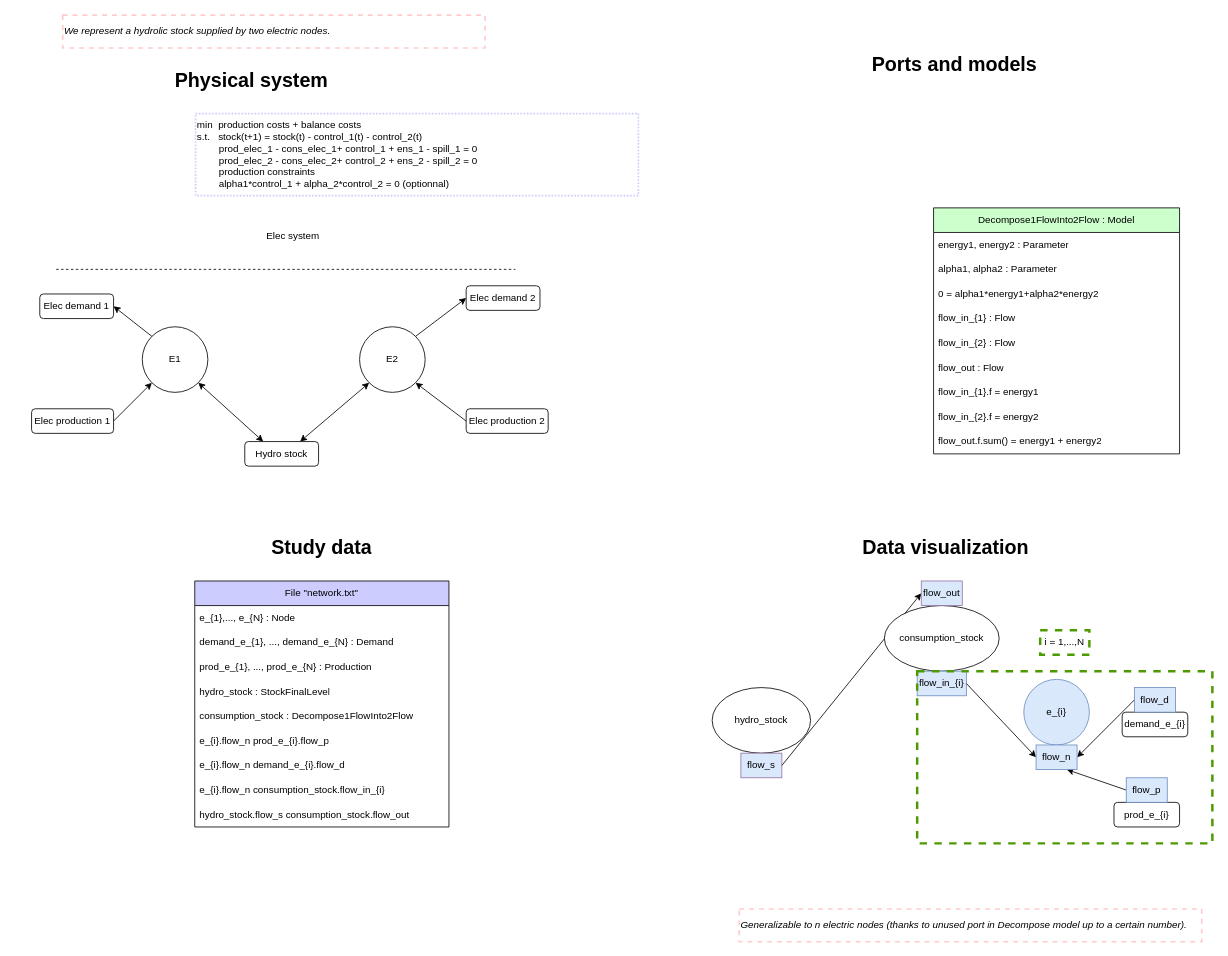
AntaresSimulatorTeam/andromede-modeling-prototype keeps this draw.io diagram as page "two_models_agregation" (2 of 3) of models-design/systems/stock_hydro_2_input.drawio. Above is the earlier version. Source tidied: cells renumbered, new cells numbered last; positions are measured from the earlier drawing's top-left corner, leaving out a move shared by most shapes. Both pictures are drawn from the tidied source at 82%, with x=0, y=0 at pixel (14, 15).
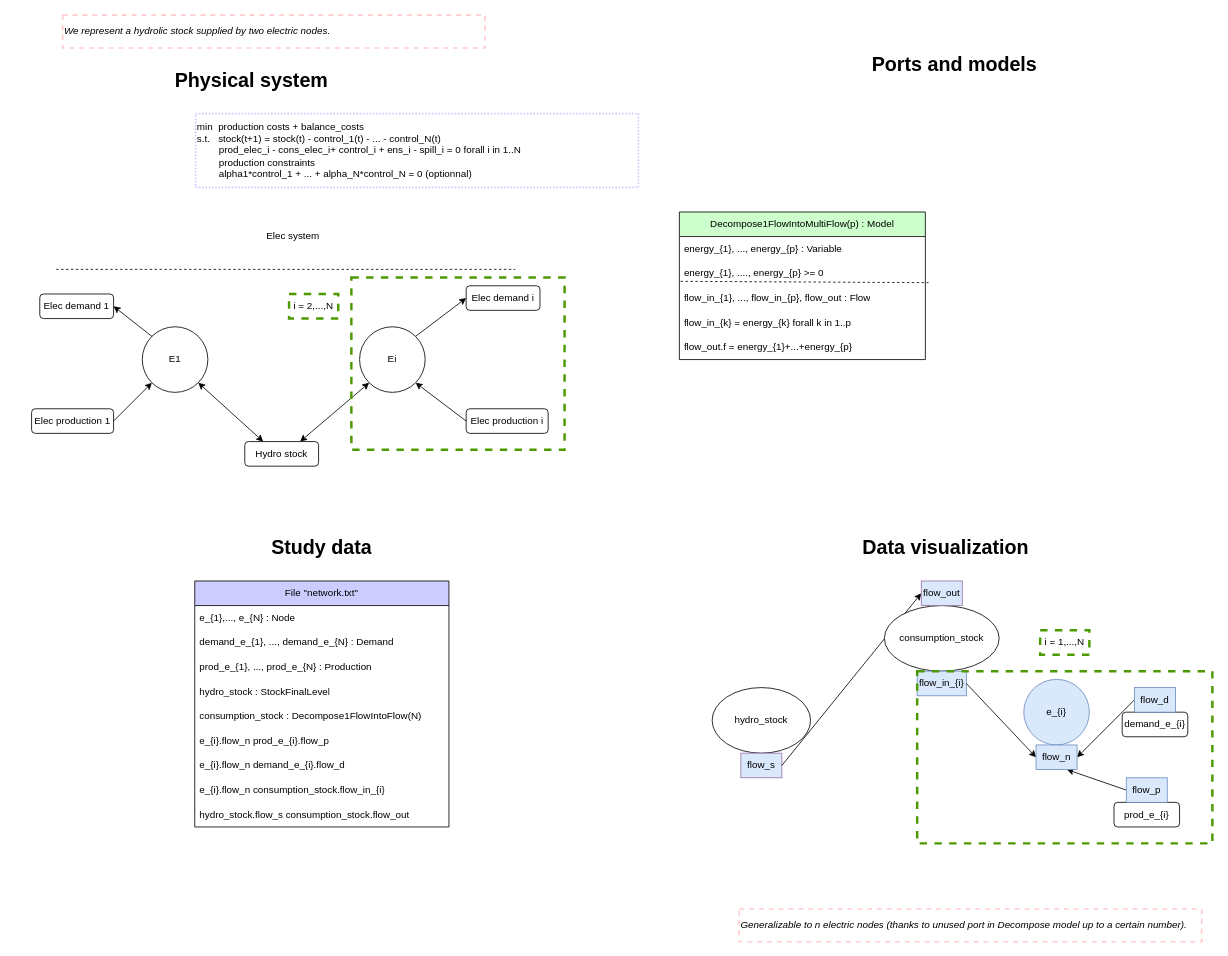
Above is the later version.

Unchanged cells that the change refers to:
```xml
<mxCell id="5" value="File &quot;network.txt&quot;" style="swimlane;fontStyle=0;horizontal=1;startSize=30;whiteSpace=wrap;html=1;fillColor=#CCCCFF;" parent="4" vertex="1">
  <mxGeometry x="220" y="60" width="310" height="300" as="geometry" />
</mxCell>
```

What changed in the source:
```diff
@@
-    <mxCell id="2" value="Elec system" style="text;html=1;strokeColor=none;fillColor=none;align=center;verticalAlign=middle;whiteSpace=wrap;rounded=0;" parent="1" vertex="1">
-      <mxGeometry x="285" y="250" width="110" height="40" as="geometry" />
-    </mxCell>
@@
-    <mxCell id="10" value="consumption_stock : Decompose1FlowInto2Flow" style="text;strokeColor=none;fillColor=none;align=left;verticalAlign=middle;spacingLeft=4;spacingRight=4;overflow=hidden;whiteSpace=wrap;html=1;" parent="5" vertex="1">
+    <mxCell id="10" value="consumption_stock : Decompose1FlowIntoFlow(N)" style="text;strokeColor=none;fillColor=none;align=left;verticalAlign=middle;spacingLeft=4;spacingRight=4;overflow=hidden;whiteSpace=wrap;html=1;" parent="5" vertex="1">
       <mxGeometry y="150" width="310" height="30" as="geometry" />
     </mxCell>
@@
-    <mxCell id="24" value="Decompose1FlowInto2Flow : Model" style="swimlane;fontStyle=0;horizontal=1;startSize=30;whiteSpace=wrap;html=1;fillColor=#CCFFCC;fontColor=#000000;" parent="1" vertex="1">
-      <mxGeometry x="1121" y="235" width="300" height="300" as="geometry" />
-    </mxCell>
-    <mxCell id="25" value="energy1, energy2 : Parameter" style="text;strokeColor=none;fillColor=none;align=left;verticalAlign=middle;spacingLeft=4;spacingRight=4;overflow=hidden;whiteSpace=wrap;html=1;" parent="24" vertex="1">
-      <mxGeometry y="30" width="300" height="30" as="geometry" />
-    </mxCell>
-    <mxCell id="26" value="alpha1, alpha2 : Parameter" style="text;strokeColor=none;fillColor=none;align=left;verticalAlign=middle;spacingLeft=4;spacingRight=4;overflow=hidden;whiteSpace=wrap;html=1;" parent="24" vertex="1">
-      <mxGeometry y="60" width="300" height="30" as="geometry" />
-    </mxCell>
-    <mxCell id="27" value="0 = alpha1*energy1+alpha2*energy2" style="text;strokeColor=none;fillColor=none;align=left;verticalAlign=middle;spacingLeft=4;spacingRight=4;overflow=hidden;whiteSpace=wrap;html=1;" parent="24" vertex="1">
-      <mxGeometry y="90" width="300" height="30" as="geometry" />
-    </mxCell>
-    <mxCell id="28" value="flow_in_{1} : Flow" style="text;strokeColor=none;fillColor=none;align=left;verticalAlign=middle;spacingLeft=4;spacingRight=4;overflow=hidden;whiteSpace=wrap;html=1;" parent="24" vertex="1">
-      <mxGeometry y="120" width="300" height="30" as="geometry" />
-    </mxCell>
-    <mxCell id="29" value="flow_in_{2} : Flow" style="text;strokeColor=none;fillColor=none;align=left;verticalAlign=middle;spacingLeft=4;spacingRight=4;overflow=hidden;whiteSpace=wrap;html=1;" parent="24" vertex="1">
-      <mxGeometry y="150" width="300" height="30" as="geometry" />
-    </mxCell>
-    <mxCell id="30" value="flow_out : Flow" style="text;strokeColor=none;fillColor=none;align=left;verticalAlign=middle;spacingLeft=4;spacingRight=4;overflow=hidden;whiteSpace=wrap;html=1;" parent="24" vertex="1">
-      <mxGeometry y="180" width="300" height="30" as="geometry" />
-    </mxCell>
-    <mxCell id="31" value="flow_in_{1}.f = energy1" style="text;strokeColor=none;fillColor=none;align=left;verticalAlign=middle;spacingLeft=4;spacingRight=4;overflow=hidden;whiteSpace=wrap;html=1;" parent="24" vertex="1">
-      <mxGeometry y="210" width="300" height="30" as="geometry" />
-    </mxCell>
-    <mxCell id="32" value="flow_in_{2}.f = energy2" style="text;strokeColor=none;fillColor=none;align=left;verticalAlign=middle;spacingLeft=4;spacingRight=4;overflow=hidden;whiteSpace=wrap;html=1;" parent="24" vertex="1">
-      <mxGeometry y="240" width="300" height="30" as="geometry" />
-    </mxCell>
-    <mxCell id="33" value="flow_out.f.sum() = energy1 + energy2" style="text;strokeColor=none;fillColor=none;align=left;verticalAlign=middle;spacingLeft=4;spacingRight=4;overflow=hidden;whiteSpace=wrap;html=1;" parent="24" vertex="1">
-      <mxGeometry y="270" width="300" height="30" as="geometry" />
-    </mxCell>
@@
-    <mxCell id="35" value="min&amp;nbsp;&amp;nbsp;&lt;span style=&quot;&quot;&gt;&lt;/span&gt;production costs + balance costs&lt;br&gt;s.t.&amp;nbsp;&lt;span style=&quot;&quot;&gt;&amp;nbsp; s&lt;/span&gt;tock(t+1) = stock(t) - control_1(t) - control_2(t)&lt;br&gt;&lt;span style=&quot;&quot;&gt;&#9;&lt;/span&gt;&lt;span style=&quot;&quot;&gt;&#9;&lt;/span&gt;&lt;span style=&quot;white-space: pre;&quot;&gt;&#9;&lt;/span&gt;prod_elec_1 - cons_elec_1+ control_1 + ens_1 - spill_1 = 0&lt;br&gt;&lt;span style=&quot;&quot;&gt;&#9;&lt;/span&gt;&lt;span style=&quot;white-space: pre;&quot;&gt;&#9;&lt;/span&gt;prod_elec_2 -&amp;nbsp;cons_elec_2+ control_2 + ens_2 - spill_2 = 0&amp;nbsp;&amp;nbsp;&lt;br&gt;&lt;span style=&quot;&quot;&gt;&#9;&lt;/span&gt;&lt;span style=&quot;&quot;&gt;&#9;&lt;/span&gt;&lt;span style=&quot;&quot;&gt;&#9;&lt;/span&gt;&lt;span style=&quot;&quot;&gt;&#9;&lt;/span&gt;&lt;span style=&quot;white-space: pre;&quot;&gt;&#9;&lt;/span&gt;production constraints&lt;br&gt;&lt;span style=&quot;&quot;&gt;&#9;&lt;/span&gt;&lt;span style=&quot;white-space: pre;&quot;&gt;&#9;&lt;/span&gt;alpha1*control_1 + alpha_2*control_2 = 0 (optionnal)" style="text;html=1;strokeColor=#CCCCFF;fillColor=none;align=left;verticalAlign=middle;whiteSpace=wrap;rounded=0;dashed=1;dashPattern=1 1;strokeWidth=2;" parent="1" vertex="1">
-      <mxGeometry x="221" y="120" width="540" height="100" as="geometry" />
-    </mxCell>
-    <mxCell id="36" style="endArrow=none;dashed=1;html=1;rounded=0;" parent="1" edge="1">
-      <mxGeometry relative="1" as="geometry">
-        <mxPoint x="51" y="310" as="sourcePoint" />
-        <mxPoint x="611" y="310" as="targetPoint" />
-      </mxGeometry>
-    </mxCell>
-    <mxCell id="37" value="Hydro stock" style="rounded=1;whiteSpace=wrap;html=1;" parent="1" vertex="1">
-      <mxGeometry x="281" y="520" width="90" height="30" as="geometry" />
-    </mxCell>
-    <mxCell id="38" style="endArrow=classic;html=1;rounded=0;entryX=1;entryY=1;entryDx=0;entryDy=0;exitX=0.25;exitY=0;exitDx=0;exitDy=0;startArrow=classic;startFill=1;" parent="1" edge="1" source="37" target="40">
-      <mxGeometry relative="1" as="geometry" />
-    </mxCell>
-    <mxCell id="39" style="endArrow=classic;html=1;rounded=0;entryX=0;entryY=1;entryDx=0;entryDy=0;exitX=0.75;exitY=0;exitDx=0;exitDy=0;startArrow=classic;startFill=1;" parent="1" edge="1" source="37" target="41">
-      <mxGeometry relative="1" as="geometry" />
-    </mxCell>
-    <mxCell id="40" value="E1" style="ellipse;whiteSpace=wrap;html=1;" parent="1" vertex="1">
-      <mxGeometry x="156" y="380" width="80" height="80" as="geometry" />
-    </mxCell>
-    <mxCell id="41" value="E2" style="ellipse;whiteSpace=wrap;html=1;" parent="1" vertex="1">
-      <mxGeometry x="421" y="380" width="80" height="80" as="geometry" />
-    </mxCell>
-    <mxCell id="42" style="endArrow=classic;html=1;rounded=0;entryX=0;entryY=1;entryDx=0;entryDy=0;exitX=1;exitY=0.5;exitDx=0;exitDy=0;" parent="1" edge="1" source="46" target="40">
-      <mxGeometry relative="1" as="geometry" />
-    </mxCell>
-    <mxCell id="43" style="endArrow=classic;html=1;rounded=0;exitX=0;exitY=0;exitDx=0;exitDy=0;entryX=1;entryY=0.5;entryDx=0;entryDy=0;" parent="1" edge="1" source="40" target="49">
-      <mxGeometry relative="1" as="geometry" />
-    </mxCell>
-    <mxCell id="44" style="endArrow=classic;html=1;rounded=0;exitX=1;exitY=0;exitDx=0;exitDy=0;entryX=0;entryY=0.5;entryDx=0;entryDy=0;" parent="1" edge="1" source="41" target="48">
-      <mxGeometry relative="1" as="geometry" />
-    </mxCell>
-    <mxCell id="45" style="endArrow=classic;html=1;rounded=0;entryX=1;entryY=1;entryDx=0;entryDy=0;exitX=0;exitY=0.5;exitDx=0;exitDy=0;" parent="1" edge="1" source="47" target="41">
-      <mxGeometry relative="1" as="geometry" />
-    </mxCell>
-    <mxCell id="46" value="Elec production 1" style="rounded=1;whiteSpace=wrap;html=1;" parent="1" vertex="1">
-      <mxGeometry x="21" y="480" width="100" height="30" as="geometry" />
-    </mxCell>
-    <mxCell id="47" value="Elec production 2" style="rounded=1;whiteSpace=wrap;html=1;" parent="1" vertex="1">
-      <mxGeometry x="551" y="480" width="100" height="30" as="geometry" />
-    </mxCell>
-    <mxCell id="48" value="Elec demand 2" style="rounded=1;whiteSpace=wrap;html=1;" parent="1" vertex="1">
-      <mxGeometry x="551" y="330" width="90" height="30" as="geometry" />
-    </mxCell>
-    <mxCell id="49" value="Elec demand 1" style="rounded=1;whiteSpace=wrap;html=1;" parent="1" vertex="1">
-      <mxGeometry x="31" y="340" width="90" height="30" as="geometry" />
-    </mxCell>
@@
+    <mxCell id="67" style="endArrow=none;dashed=1;html=1;rounded=0;" parent="1" edge="1">
+      <mxGeometry relative="1" as="geometry">
+        <mxPoint x="51" y="310" as="sourcePoint" />
+        <mxPoint x="611" y="310" as="targetPoint" />
+      </mxGeometry>
+    </mxCell>
+    <mxCell id="2" value="Elec system" style="text;html=1;strokeColor=none;fillColor=none;align=center;verticalAlign=middle;whiteSpace=wrap;rounded=0;" parent="1" vertex="1">
+      <mxGeometry x="285" y="250" width="110" height="40" as="geometry" />
+    </mxCell>
+    <mxCell id="68" value="min&amp;nbsp;&amp;nbsp;&lt;span style=&quot;&quot;&gt;&lt;/span&gt;production costs + balance_costs&lt;br&gt;s.t.&amp;nbsp;&lt;span style=&quot;&quot;&gt;&amp;nbsp; s&lt;/span&gt;tock(t+1) = stock(t) - control_1(t) - ... - control_N(t)&lt;br&gt;&lt;span style=&quot;&quot;&gt;&#9;&lt;/span&gt;&lt;span style=&quot;white-space: pre;&quot;&gt;&#9;&lt;/span&gt;prod_elec_i - cons_elec_i+ control_i + ens_i - spill_i = 0 forall i in 1..N&lt;br&gt;&lt;span style=&quot;&quot;&gt;&#9;&lt;/span&gt;&lt;span style=&quot;&quot;&gt;&#9;&lt;/span&gt;&lt;span style=&quot;&quot;&gt;&#9;&lt;/span&gt;&lt;span style=&quot;white-space: pre;&quot;&gt;&#9;&lt;/span&gt;production constraints&lt;br&gt;&lt;span style=&quot;white-space: pre;&quot;&gt;&#9;&lt;/span&gt;alpha1*control_1 + ... + alpha_N*control_N = 0 (optionnal)" style="text;html=1;strokeColor=#CCCCFF;fillColor=none;align=left;verticalAlign=middle;whiteSpace=wrap;rounded=0;dashed=1;dashPattern=1 1;strokeWidth=2;" parent="1" vertex="1">
+      <mxGeometry x="221" y="120" width="540" height="90" as="geometry" />
+    </mxCell>
+    <mxCell id="37" value="Hydro stock" style="rounded=1;whiteSpace=wrap;html=1;" parent="1" vertex="1">
+      <mxGeometry x="281" y="520" width="90" height="30" as="geometry" />
+    </mxCell>
+    <mxCell id="38" style="endArrow=classic;html=1;rounded=0;entryX=1;entryY=1;entryDx=0;entryDy=0;exitX=0.25;exitY=0;exitDx=0;exitDy=0;startArrow=classic;startFill=1;" parent="1" edge="1" source="37" target="40">
+      <mxGeometry relative="1" as="geometry" />
+    </mxCell>
+    <mxCell id="69" style="endArrow=classic;html=1;rounded=0;entryX=0;entryY=1;entryDx=0;entryDy=0;exitX=0.75;exitY=0;exitDx=0;exitDy=0;startArrow=classic;startFill=1;" parent="1" edge="1" source="37" target="70">
+      <mxGeometry relative="1" as="geometry" />
+    </mxCell>
+    <mxCell id="40" value="E1" style="ellipse;whiteSpace=wrap;html=1;" parent="1" vertex="1">
+      <mxGeometry x="156" y="380" width="80" height="80" as="geometry" />
+    </mxCell>
+    <mxCell id="70" value="Ei" style="ellipse;whiteSpace=wrap;html=1;" parent="1" vertex="1">
+      <mxGeometry x="421" y="380" width="80" height="80" as="geometry" />
+    </mxCell>
+    <mxCell id="42" style="endArrow=classic;html=1;rounded=0;entryX=0;entryY=1;entryDx=0;entryDy=0;exitX=1;exitY=0.5;exitDx=0;exitDy=0;" parent="1" edge="1" source="46" target="40">
+      <mxGeometry relative="1" as="geometry" />
+    </mxCell>
+    <mxCell id="43" style="endArrow=classic;html=1;rounded=0;exitX=0;exitY=0;exitDx=0;exitDy=0;entryX=1;entryY=0.5;entryDx=0;entryDy=0;" parent="1" edge="1" source="40" target="49">
+      <mxGeometry relative="1" as="geometry" />
+    </mxCell>
+    <mxCell id="71" style="endArrow=classic;html=1;rounded=0;exitX=1;exitY=0;exitDx=0;exitDy=0;entryX=0;entryY=0.5;entryDx=0;entryDy=0;" parent="1" edge="1" source="70" target="74">
+      <mxGeometry relative="1" as="geometry" />
+    </mxCell>
+    <mxCell id="72" style="endArrow=classic;html=1;rounded=0;entryX=1;entryY=1;entryDx=0;entryDy=0;exitX=0;exitY=0.5;exitDx=0;exitDy=0;" parent="1" edge="1" source="73" target="70">
+      <mxGeometry relative="1" as="geometry" />
+    </mxCell>
+    <mxCell id="46" value="Elec production 1" style="rounded=1;whiteSpace=wrap;html=1;" parent="1" vertex="1">
+      <mxGeometry x="21" y="480" width="100" height="30" as="geometry" />
+    </mxCell>
+    <mxCell id="73" value="Elec production i" style="rounded=1;whiteSpace=wrap;html=1;" parent="1" vertex="1">
+      <mxGeometry x="551" y="480" width="100" height="30" as="geometry" />
+    </mxCell>
+    <mxCell id="74" value="Elec demand i" style="rounded=1;whiteSpace=wrap;html=1;" parent="1" vertex="1">
+      <mxGeometry x="551" y="330" width="90" height="30" as="geometry" />
+    </mxCell>
+    <mxCell id="49" value="Elec demand 1" style="rounded=1;whiteSpace=wrap;html=1;" parent="1" vertex="1">
+      <mxGeometry x="31" y="340" width="90" height="30" as="geometry" />
+    </mxCell>
+    <mxCell id="75" style="rounded=0;whiteSpace=wrap;html=1;fillColor=none;strokeColor=#4D9900;strokeWidth=3;dashed=1;" parent="1" vertex="1">
+      <mxGeometry x="411" y="320" width="260" height="210" as="geometry" />
+    </mxCell>
+    <mxCell id="76" value="i = 2,...,N" style="text;html=1;strokeColor=#4D9900;fillColor=none;align=center;verticalAlign=middle;whiteSpace=wrap;rounded=0;dashed=1;strokeWidth=3;" parent="1" vertex="1">
+      <mxGeometry x="335" y="340" width="60" height="30" as="geometry" />
+    </mxCell>
+    <mxCell id="77" value="Decompose1FlowIntoMultiFlow(p) : Model" style="swimlane;fontStyle=0;horizontal=1;startSize=30;whiteSpace=wrap;html=1;fillColor=#CCFFCC;fontColor=#000000;" parent="1" vertex="1">
+      <mxGeometry x="811" y="240" width="300" height="180" as="geometry" />
+    </mxCell>
+    <mxCell id="78" value="energy_{1}, ..., energy_{p} : Variable" style="text;strokeColor=none;fillColor=none;align=left;verticalAlign=middle;spacingLeft=4;spacingRight=4;overflow=hidden;whiteSpace=wrap;html=1;" parent="77" vertex="1">
+      <mxGeometry y="30" width="300" height="30" as="geometry" />
+    </mxCell>
+    <mxCell id="79" value="energy_{1}, ...., energy_{p} &amp;gt;= 0" style="text;strokeColor=none;fillColor=none;align=left;verticalAlign=middle;spacingLeft=4;spacingRight=4;overflow=hidden;whiteSpace=wrap;html=1;" parent="77" vertex="1">
+      <mxGeometry y="60" width="300" height="30" as="geometry" />
+    </mxCell>
+    <mxCell id="80" value="flow_in_{1}, ..., flow_in_{p}, flow_out : Flow" style="text;strokeColor=none;fillColor=none;align=left;verticalAlign=middle;spacingLeft=4;spacingRight=4;overflow=hidden;points=[[0,0.5],[1,0.5]];portConstraint=eastwest;whiteSpace=wrap;html=1;" parent="77" vertex="1">
+      <mxGeometry y="90" width="300" height="30" as="geometry" />
+    </mxCell>
+    <mxCell id="81" value="flow_in_{k} = energy_{k} forall k in 1..p" style="text;strokeColor=none;fillColor=none;align=left;verticalAlign=middle;spacingLeft=4;spacingRight=4;overflow=hidden;whiteSpace=wrap;html=1;" parent="77" vertex="1">
+      <mxGeometry y="120" width="300" height="30" as="geometry" />
+    </mxCell>
+    <mxCell id="82" value="flow_out.f = energy_{1}+...+energy_{p}" style="text;strokeColor=none;fillColor=none;align=left;verticalAlign=middle;spacingLeft=4;spacingRight=4;overflow=hidden;whiteSpace=wrap;html=1;" parent="77" vertex="1">
+      <mxGeometry y="150" width="300" height="30" as="geometry" />
+    </mxCell>
+    <mxCell id="83" style="endArrow=none;dashed=1;html=1;rounded=0;exitX=0.005;exitY=-0.18;exitDx=0;exitDy=0;entryX=1.013;entryY=-0.127;entryDx=0;entryDy=0;entryPerimeter=0;exitPerimeter=0;" parent="77" edge="1" source="80" target="80">
+      <mxGeometry relative="1" as="geometry" />
+    </mxCell>
```
